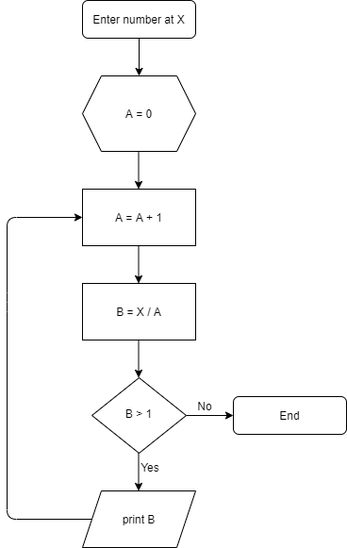
Above: idea/homework (1).png in Lnkyoung16/Test (draw.io), before the change. Source tidied: cells renumbered, new cells last; positions are measured from the earlier drawing's top-left corner, leaving out a move shared by most shapes. Source of this version:
```xml
<mxGraphModel>
  <root>
    <mxCell id="0" />
    <mxCell id="1" parent="0" />
    <mxCell id="2" style="edgeStyle=orthogonalEdgeStyle;rounded=0;jettySize=auto;html=1;fontColor=none;" parent="1" edge="1" source="3" target="8">
      <mxGeometry relative="1" as="geometry" />
    </mxCell>
    <mxCell id="3" value="Enter number at X" style="rounded=1;whiteSpace=wrap;html=1;fontSize=12;glass=0;strokeWidth=1;shadow=0;" parent="1" vertex="1">
      <mxGeometry x="80" width="120" height="40" as="geometry" />
    </mxCell>
    <mxCell id="4" value="B &amp;gt; 1" style="rhombus;whiteSpace=wrap;html=1;shadow=0;fontFamily=Helvetica;fontSize=12;align=center;strokeWidth=1;spacing=6;spacingTop=-4;" parent="1" vertex="1">
      <mxGeometry x="90" y="400" width="100" height="80" as="geometry" />
    </mxCell>
    <mxCell id="5" value="End" style="rounded=1;whiteSpace=wrap;html=1;fontSize=12;glass=0;strokeWidth=1;shadow=0;" parent="1" vertex="1">
      <mxGeometry x="240" y="420" width="120" height="40" as="geometry" />
    </mxCell>
    <mxCell id="6" value="print B" style="shape=parallelogram;perimeter=parallelogramPerimeter;whiteSpace=wrap;html=1;fixedSize=1;" parent="1" vertex="1">
      <mxGeometry x="80" y="520" width="120" height="60" as="geometry" />
    </mxCell>
    <mxCell id="7" value="A = A + 1" style="rounded=0;whiteSpace=wrap;html=1;" parent="1" vertex="1">
      <mxGeometry x="80" y="200" width="120" height="60" as="geometry" />
    </mxCell>
    <mxCell id="8" value="A = 0" style="shape=hexagon;perimeter=hexagonPerimeter2;whiteSpace=wrap;html=1;fixedSize=1;" parent="1" vertex="1">
      <mxGeometry x="80" y="80" width="120" height="80" as="geometry" />
    </mxCell>
    <mxCell id="9" value="B = X / A" style="rounded=0;whiteSpace=wrap;html=1;" parent="1" vertex="1">
      <mxGeometry x="80" y="300" width="120" height="60" as="geometry" />
    </mxCell>
    <mxCell id="10" style="edgeStyle=orthogonalEdgeStyle;rounded=0;orthogonalLoop=1;jettySize=auto;html=1;fontColor=none;" parent="1" edge="1">
      <mxGeometry relative="1" as="geometry">
        <mxPoint x="139.5" y="160" as="sourcePoint" />
        <mxPoint x="139.5" y="200" as="targetPoint" />
      </mxGeometry>
    </mxCell>
    <mxCell id="11" style="edgeStyle=orthogonalEdgeStyle;rounded=0;orthogonalLoop=1;jettySize=auto;html=1;fontColor=none;" parent="1" edge="1">
      <mxGeometry relative="1" as="geometry">
        <mxPoint x="139.5" y="260" as="sourcePoint" />
        <mxPoint x="139.5" y="300" as="targetPoint" />
      </mxGeometry>
    </mxCell>
    <mxCell id="12" style="edgeStyle=orthogonalEdgeStyle;rounded=0;orthogonalLoop=1;jettySize=auto;html=1;fontColor=none;" parent="1" edge="1">
      <mxGeometry relative="1" as="geometry">
        <mxPoint x="139.5" y="360" as="sourcePoint" />
        <mxPoint x="139.5" y="400" as="targetPoint" />
      </mxGeometry>
    </mxCell>
    <mxCell id="13" style="edgeStyle=orthogonalEdgeStyle;rounded=0;orthogonalLoop=1;jettySize=auto;html=1;fontColor=none;" parent="1" edge="1">
      <mxGeometry relative="1" as="geometry">
        <mxPoint x="139.5" y="480" as="sourcePoint" />
        <mxPoint x="139.5" y="520" as="targetPoint" />
      </mxGeometry>
    </mxCell>
    <mxCell id="14" style="edgeStyle=orthogonalEdgeStyle;rounded=0;jettySize=auto;html=1;exitX=1;exitY=0.5;exitDx=0;exitDy=0;labelBackgroundColor=none;" parent="1" edge="1" source="4" target="5">
      <mxGeometry relative="1" as="geometry" />
    </mxCell>
    <mxCell id="15" style="endArrow=classic;html=1;fontColor=none;entryX=0;entryY=0.5;entryDx=0;entryDy=0;" parent="1" edge="1" target="7">
      <mxGeometry relative="1" as="geometry">
        <mxPoint x="90" y="550" as="sourcePoint" />
        <Array as="points">
          <mxPoint y="550" />
          <mxPoint y="320" />
          <mxPoint y="230" />
        </Array>
      </mxGeometry>
    </mxCell>
    <mxCell id="16" value="Yes" style="text;html=1;strokeColor=none;fillColor=none;align=center;verticalAlign=middle;whiteSpace=wrap;rounded=0;fontColor=#000000;" parent="1" vertex="1">
      <mxGeometry x="132" y="485" width="40" height="20" as="geometry" />
    </mxCell>
    <mxCell id="17" value="No" style="text;html=1;strokeColor=none;fillColor=none;align=center;verticalAlign=middle;whiteSpace=wrap;rounded=0;fontColor=#000000;" parent="1" vertex="1">
      <mxGeometry x="190" y="420" width="40" height="20" as="geometry" />
    </mxCell>
  </root>
</mxGraphModel>
```
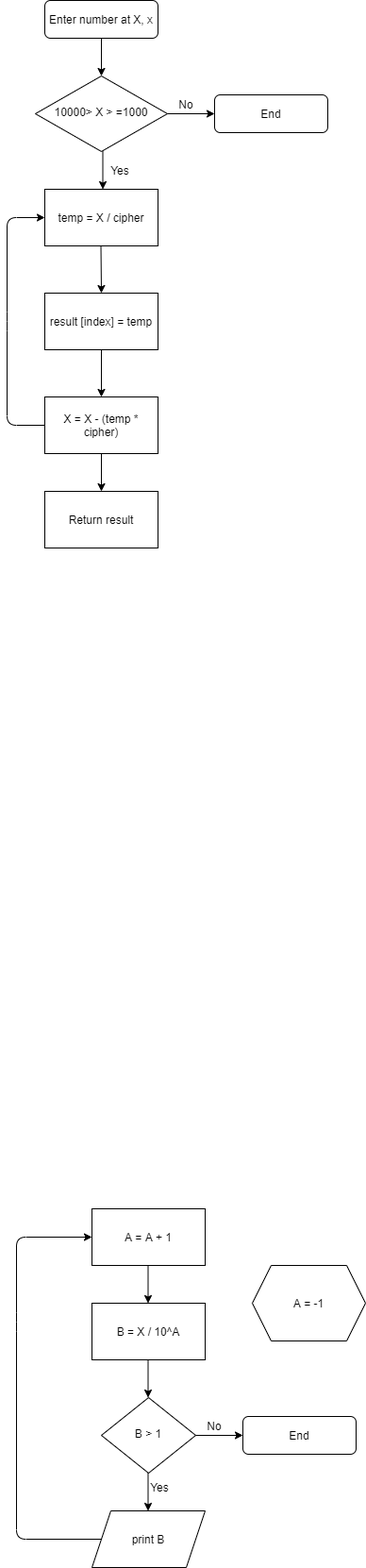
After the commit.

The edit, as a diff of the source:
```diff
@@ -2,11 +2,11 @@
   <root>
     <mxCell id="0" />
     <mxCell id="1" parent="0" />
-    <mxCell id="2" style="edgeStyle=orthogonalEdgeStyle;rounded=0;jettySize=auto;html=1;fontColor=none;" parent="1" edge="1" source="3" target="8">
-      <mxGeometry relative="1" as="geometry" />
-    </mxCell>
+    <mxCell id="18" style="edgeStyle=orthogonalEdgeStyle;rounded=0;jettySize=auto;html=1;" parent="1" edge="1" source="3" target="19">
+      <mxGeometry relative="1" as="geometry" />
+    </mxCell>
-    <mxCell id="3" value="Enter number at X" style="rounded=1;whiteSpace=wrap;html=1;fontSize=12;glass=0;strokeWidth=1;shadow=0;" parent="1" vertex="1">
-      <mxGeometry x="80" width="120" height="40" as="geometry" />
+    <mxCell id="3" value="Enter number at X, x" style="rounded=1;whiteSpace=wrap;html=1;fontSize=12;glass=0;strokeWidth=1;shadow=0;" parent="1" vertex="1">
+      <mxGeometry x="30" y="-1080" width="120" height="40" as="geometry" />
     </mxCell>
     <mxCell id="4" value="B &amp;gt; 1" style="rhombus;whiteSpace=wrap;html=1;shadow=0;fontFamily=Helvetica;fontSize=12;align=center;strokeWidth=1;spacing=6;spacingTop=-4;" parent="1" vertex="1">
       <mxGeometry x="90" y="400" width="100" height="80" as="geometry" />
@@ -20,16 +20,16 @@
     <mxCell id="7" value="A = A + 1" style="rounded=0;whiteSpace=wrap;html=1;" parent="1" vertex="1">
       <mxGeometry x="80" y="200" width="120" height="60" as="geometry" />
     </mxCell>
-    <mxCell id="8" value="A = 0" style="shape=hexagon;perimeter=hexagonPerimeter2;whiteSpace=wrap;html=1;fixedSize=1;" parent="1" vertex="1">
-      <mxGeometry x="80" y="80" width="120" height="80" as="geometry" />
+    <mxCell id="8" value="A = -1" style="shape=hexagon;perimeter=hexagonPerimeter2;whiteSpace=wrap;html=1;fixedSize=1;" parent="1" vertex="1">
+      <mxGeometry x="250" y="260" width="120" height="80" as="geometry" />
     </mxCell>
-    <mxCell id="9" value="B = X / A" style="rounded=0;whiteSpace=wrap;html=1;" parent="1" vertex="1">
+    <mxCell id="9" value="B = X / 10^A" style="rounded=0;whiteSpace=wrap;html=1;" parent="1" vertex="1">
       <mxGeometry x="80" y="300" width="120" height="60" as="geometry" />
     </mxCell>
     <mxCell id="10" style="edgeStyle=orthogonalEdgeStyle;rounded=0;orthogonalLoop=1;jettySize=auto;html=1;fontColor=none;" parent="1" edge="1">
       <mxGeometry relative="1" as="geometry">
-        <mxPoint x="139.5" y="160" as="sourcePoint" />
-        <mxPoint x="139.5" y="200" as="targetPoint" />
+        <mxPoint x="91.5" y="-920" as="sourcePoint" />
+        <mxPoint x="91.5" y="-880" as="targetPoint" />
       </mxGeometry>
     </mxCell>
     <mxCell id="11" style="edgeStyle=orthogonalEdgeStyle;rounded=0;orthogonalLoop=1;jettySize=auto;html=1;fontColor=none;" parent="1" edge="1">
@@ -69,5 +69,56 @@
     <mxCell id="17" value="No" style="text;html=1;strokeColor=none;fillColor=none;align=center;verticalAlign=middle;whiteSpace=wrap;rounded=0;fontColor=#000000;" parent="1" vertex="1">
       <mxGeometry x="190" y="420" width="40" height="20" as="geometry" />
     </mxCell>
+    <mxCell id="19" value="10000&amp;gt; X &amp;gt; =1000" style="rhombus;whiteSpace=wrap;html=1;shadow=0;fontFamily=Helvetica;fontSize=12;align=center;strokeWidth=1;spacing=6;spacingTop=-4;" parent="1" vertex="1">
+      <mxGeometry x="20" y="-1000" width="140" height="80" as="geometry" />
+    </mxCell>
+    <mxCell id="20" value="End" style="rounded=1;whiteSpace=wrap;html=1;fontSize=12;glass=0;strokeWidth=1;shadow=0;" parent="1" vertex="1">
+      <mxGeometry x="210" y="-980" width="120" height="40" as="geometry" />
+    </mxCell>
+    <mxCell id="21" style="edgeStyle=orthogonalEdgeStyle;rounded=0;jettySize=auto;html=1;labelBackgroundColor=none;" parent="1" edge="1" target="20">
+      <mxGeometry relative="1" as="geometry">
+        <mxPoint x="160" y="-960" as="sourcePoint" />
+      </mxGeometry>
+    </mxCell>
+    <mxCell id="22" value="No" style="text;html=1;strokeColor=none;fillColor=none;align=center;verticalAlign=middle;whiteSpace=wrap;rounded=0;fontColor=#000000;" parent="1" vertex="1">
+      <mxGeometry x="160" y="-980" width="40" height="20" as="geometry" />
+    </mxCell>
+    <mxCell id="23" value="temp = X / cipher" style="rounded=0;whiteSpace=wrap;html=1;" parent="1" vertex="1">
+      <mxGeometry x="30" y="-880" width="120" height="60" as="geometry" />
+    </mxCell>
+    <mxCell id="24" style="endArrow=classic;html=1;" parent="1" edge="1">
+      <mxGeometry relative="1" as="geometry">
+        <mxPoint x="89.5" y="-820" as="sourcePoint" />
+        <mxPoint x="90" y="-770" as="targetPoint" />
+      </mxGeometry>
+    </mxCell>
+    <mxCell id="25" style="edgeStyle=orthogonalEdgeStyle;rounded=0;jettySize=auto;html=1;" parent="1" edge="1" source="26" target="28">
+      <mxGeometry relative="1" as="geometry" />
+    </mxCell>
+    <mxCell id="26" value="result [index] = temp" style="rounded=0;whiteSpace=wrap;html=1;" parent="1" vertex="1">
+      <mxGeometry x="30" y="-770" width="120" height="60" as="geometry" />
+    </mxCell>
+    <mxCell id="27" style="edgeStyle=orthogonalEdgeStyle;rounded=0;jettySize=auto;html=1;" parent="1" edge="1" source="28" target="31">
+      <mxGeometry relative="1" as="geometry" />
+    </mxCell>
+    <mxCell id="28" value="X = X - (temp * cipher)" style="rounded=0;whiteSpace=wrap;html=1;" parent="1" vertex="1">
+      <mxGeometry x="30" y="-660" width="120" height="60" as="geometry" />
+    </mxCell>
+    <mxCell id="29" style="endArrow=classic;html=1;entryX=0;entryY=0.5;entryDx=0;entryDy=0;" parent="1" edge="1" target="23">
+      <mxGeometry relative="1" as="geometry">
+        <mxPoint x="30" y="-630" as="sourcePoint" />
+        <Array as="points">
+          <mxPoint x="-10" y="-630" />
+          <mxPoint x="-10" y="-740" />
+          <mxPoint x="-10" y="-850" />
+        </Array>
+      </mxGeometry>
+    </mxCell>
+    <mxCell id="30" value="Yes" style="text;html=1;strokeColor=none;fillColor=none;align=center;verticalAlign=middle;whiteSpace=wrap;rounded=0;" parent="1" vertex="1">
+      <mxGeometry x="90" y="-910" width="40" height="20" as="geometry" />
+    </mxCell>
+    <mxCell id="31" value="Return result" style="whiteSpace=wrap;html=1;rounded=0;" parent="1" vertex="1">
+      <mxGeometry x="30" y="-560" width="120" height="60" as="geometry" />
+    </mxCell>
   </root>
 </mxGraphModel>
```
